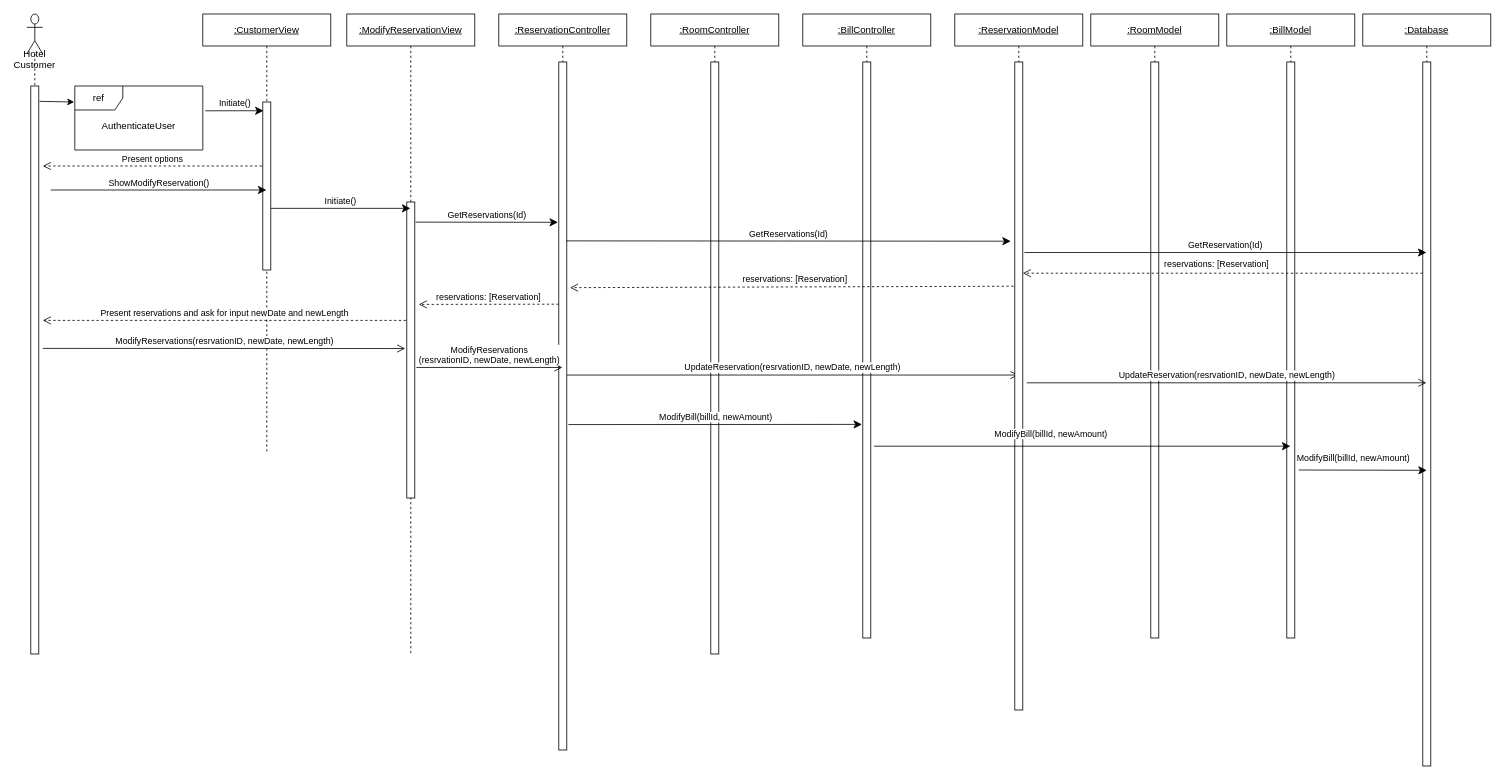
mclhtay/CS4471 keeps this draw.io diagram as Diagrams/Sequence/CustomerModifyReservation.drawio. Above is the earlier version. Source tidied: cells renumbered, new cells numbered last; positions are measured from the earlier drawing's top-left corner, leaving out a move shared by most shapes. Both pictures are drawn from the tidied source at 80%, with x=0, y=0 at pixel (26, 14).
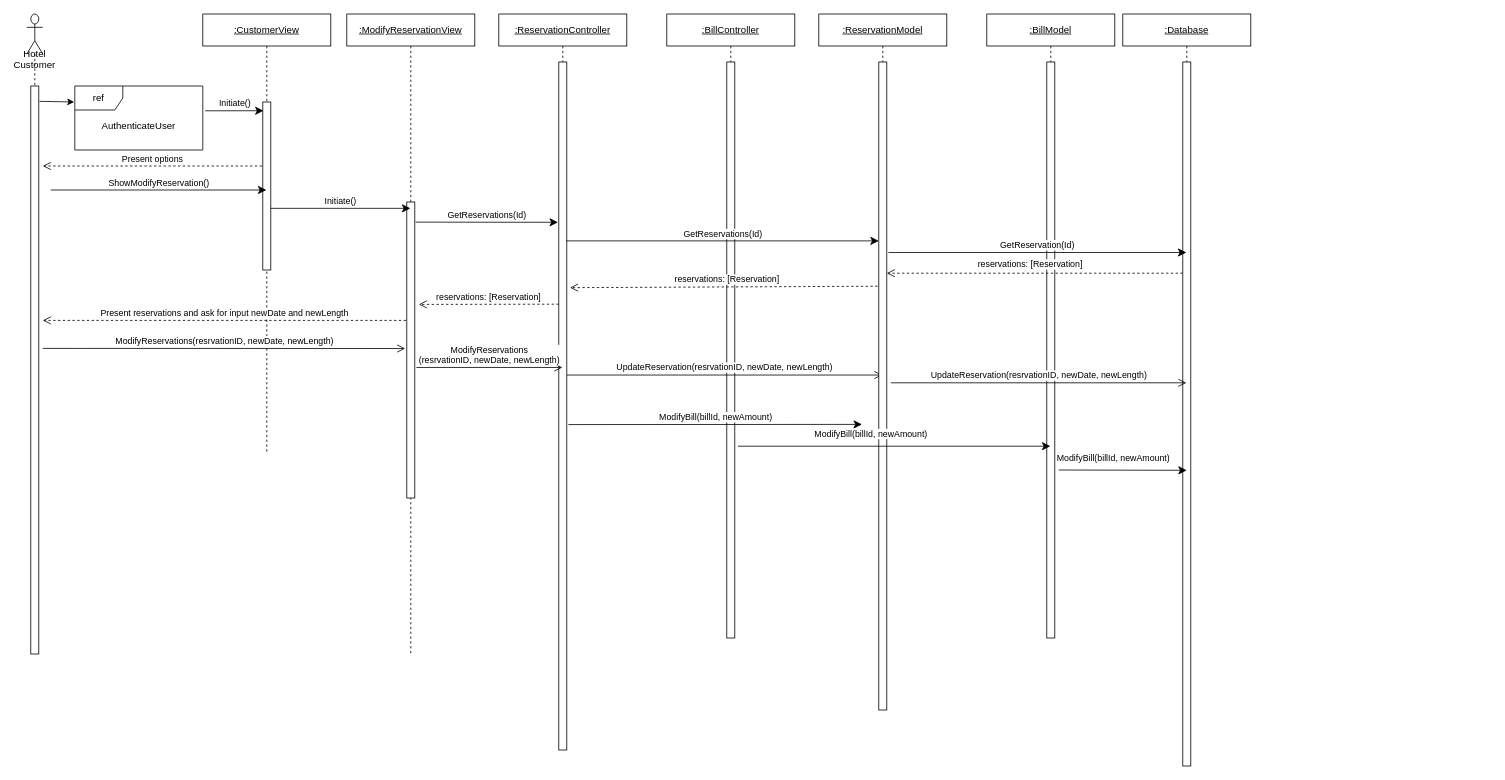
The same diagram, later.

Commit message:
remove unused objects in modifyreservation

The change refers to these unchanged cells:
```xml
<mxCell id="11" style="html=1;points=[];perimeter=orthogonalPerimeter;" parent="10" vertex="1">
  <mxGeometry x="75" y="60" width="10" height="880" as="geometry" />
</mxCell>
<mxCell id="29" style="html=1;points=[];perimeter=orthogonalPerimeter;" parent="28" vertex="1">
  <mxGeometry x="75" y="60" width="10" height="860" as="geometry" />
</mxCell>
<mxCell id="31" style="html=1;points=[];perimeter=orthogonalPerimeter;" parent="30" vertex="1">
  <mxGeometry x="75" y="60" width="10" height="810" as="geometry" />
</mxCell>
```

What changed in the source:
```diff
@@
-    <mxCell id="6" value="&lt;u&gt;:RoomController&lt;/u&gt;" style="shape=umlLifeline;perimeter=lifelinePerimeter;whiteSpace=wrap;html=1;" parent="1" vertex="1">
-      <mxGeometry x="780" width="160" height="800" as="geometry" />
-    </mxCell>
-    <mxCell id="7" style="html=1;perimeter=orthogonalPerimeter;" parent="6" vertex="1">
-      <mxGeometry x="75" y="60" width="10" height="740" as="geometry" />
-    </mxCell>
     <mxCell id="8" value="&lt;u&gt;:BillController&lt;/u&gt;" style="shape=umlLifeline;perimeter=lifelinePerimeter;whiteSpace=wrap;html=1;" parent="1" vertex="1">
-      <mxGeometry x="970" width="160" height="780" as="geometry" />
+      <mxGeometry x="800" width="160" height="780" as="geometry" />
     </mxCell>
@@
     <mxCell id="10" value="&lt;u&gt;:Database&lt;/u&gt;" style="shape=umlLifeline;perimeter=lifelinePerimeter;whiteSpace=wrap;html=1;outlineConnect=0;" parent="1" vertex="1">
-      <mxGeometry x="1670" width="160" height="940" as="geometry" />
+      <mxGeometry x="1370" width="160" height="940" as="geometry" />
     </mxCell>
@@
-    <mxCell id="23" value="&lt;u&gt;:RoomModel&lt;/u&gt;" style="shape=umlLifeline;perimeter=lifelinePerimeter;whiteSpace=wrap;html=1;" parent="1" vertex="1">
-      <mxGeometry x="1330" width="160" height="780" as="geometry" />
-    </mxCell>
-    <mxCell id="24" style="html=1;perimeter=orthogonalPerimeter;" parent="23" vertex="1">
-      <mxGeometry x="75" y="60" width="10" height="720" as="geometry" />
-    </mxCell>
     <mxCell id="25" value="&lt;u&gt;:BillModel&lt;/u&gt;" style="shape=umlLifeline;perimeter=lifelinePerimeter;whiteSpace=wrap;html=1;outlineConnect=0;" parent="1" vertex="1">
-      <mxGeometry x="1500" width="160" height="780" as="geometry" />
+      <mxGeometry x="1200" width="160" height="780" as="geometry" />
     </mxCell>
@@
     <mxCell id="30" value="&lt;u&gt;:ReservationModel&lt;/u&gt;" style="shape=umlLifeline;perimeter=lifelinePerimeter;whiteSpace=wrap;html=1;outlineConnect=0;" parent="1" vertex="1">
-      <mxGeometry x="1160" width="160" height="870" as="geometry" />
+      <mxGeometry x="990" width="160" height="870" as="geometry" />
     </mxCell>
@@
-    <mxCell id="32" value="GetReservations(Id)" style="html=1;verticalAlign=bottom;endArrow=classic;endSize=8;endFill=1;exitX=0.9;exitY=0.26;exitDx=0;exitDy=0;exitPerimeter=0;" parent="1" edge="1" source="29">
-      <mxGeometry relative="1" as="geometry">
-        <mxPoint x="1230" y="284" as="targetPoint" />
-      </mxGeometry>
+    <mxCell id="32" value="GetReservations(Id)" style="html=1;verticalAlign=bottom;endArrow=classic;endSize=8;endFill=1;exitX=0.9;exitY=0.26;exitDx=0;exitDy=0;exitPerimeter=0;" parent="1" edge="1" source="29" target="31">
+      <mxGeometry relative="1" as="geometry" />
     </mxCell>
@@
     <mxCell id="41" value="UpdateReservation(resrvationID, newDate, newLength)" style="html=1;verticalAlign=bottom;endArrow=open;endSize=8;endFill=0;" parent="1" edge="1" target="10">
       <mxGeometry relative="1" as="geometry">
-        <mxPoint x="1250" y="461" as="sourcePoint" />
+        <mxPoint x="1080" y="461" as="sourcePoint" />
       </mxGeometry>
     </mxCell>
     <mxCell id="42" value="ModifyBill(billId, newAmount)" style="html=1;verticalAlign=bottom;endArrow=classic;endSize=8;endFill=1;entryX=0.5;entryY=0.58;entryDx=0;entryDy=0;entryPerimeter=0;" parent="1" edge="1" target="11">
       <mxGeometry x="-0.15" y="6" relative="1" as="geometry">
-        <mxPoint x="1590" y="570" as="sourcePoint" />
+        <mxPoint x="1290" y="570" as="sourcePoint" />
       </mxGeometry>
     </mxCell>
```
